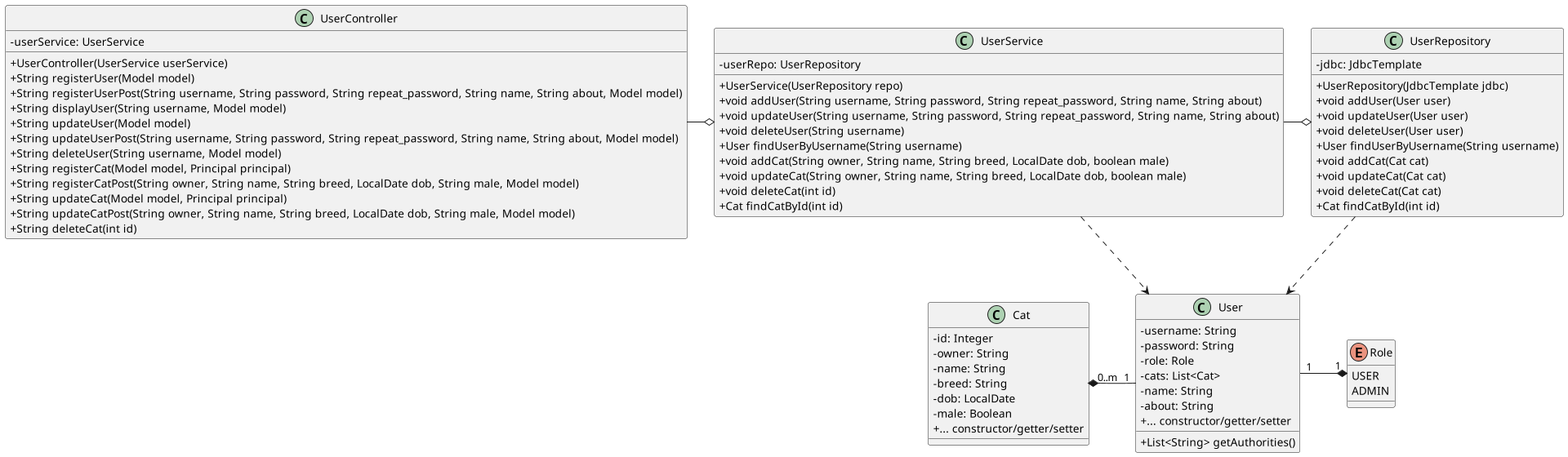
Above: diagram/class-diagram.png in sofush/racekat (PlantUML), before the change.
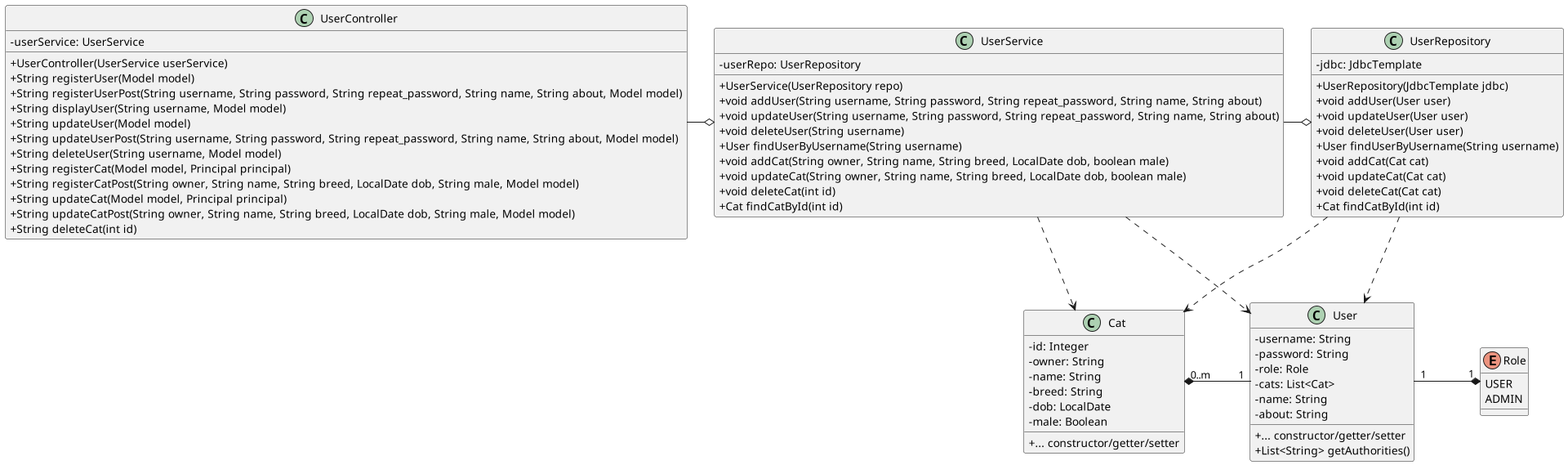
After the change.

Commit message:
docs: add dependency from UserRepository and UserService to Cat

The edit, as a diff of the source:
```diff
@@ -8,8 +8,8 @@
 	- cats: List<Cat>
 	- name: String
 	- about: String
+	{method} + ... constructor/getter/setter
 	+ List<String> getAuthorities()
-	+ ... constructor/getter/setter
 }
 enum Role {
 	USER
@@ -22,7 +22,7 @@
 	- breed: String
 	- dob: LocalDate
 	- male: Boolean
-	+ ... constructor/getter/setter
+	{method} + ... constructor/getter/setter
 }
 class UserController {
 	- userService: UserService
@@ -64,11 +64,13 @@
 	+ Cat findCatById(int id)
 }
 
+User "1" -r-* "1" Role
+User "1" -l-* "0..m" Cat
 UserController -r-o UserService
 UserRepository ..> User
+UserRepository ..> Cat
 UserService ..> User
+UserService ..> Cat
 UserService -r-o UserRepository
-User "1" -r-* "1" Role
-User "1" -l-* " 0..m" Cat
 
 @enduml
```
